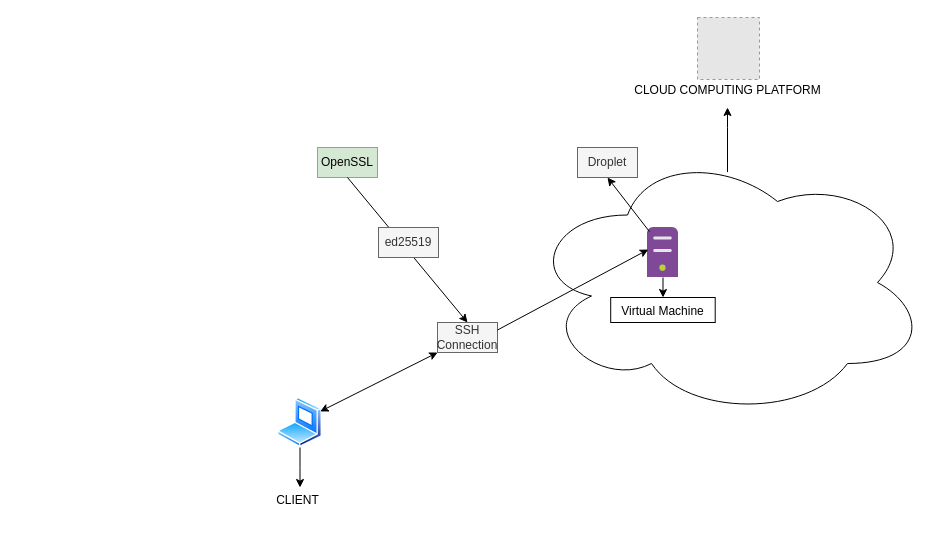
Above: page "client + cloud" (2 of 2) of devops/DevOps.drawio in kingsley-ijomah/draw.io (draw.io), before the change. Source tidied: cells renumbered, new cells numbered last; positions are measured from the earlier drawing's top-left corner, leaving out a move shared by most shapes. Both pictures are drawn from the tidied source at 100%, with x=0, y=0 at pixel (262, 17). Pictures stored in the file or linked from it are replaced by grey dashed boxes.
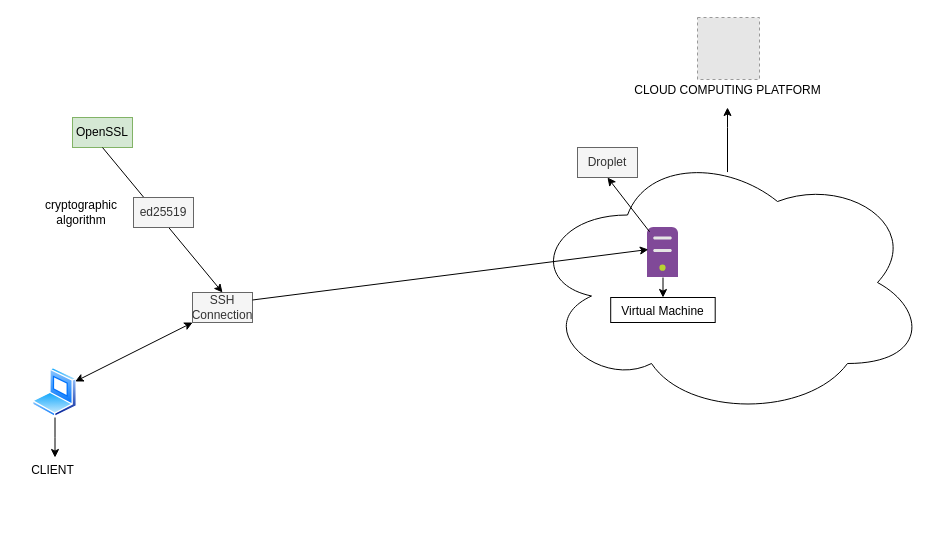
Above is the later version.

Change to the diagram source:
```diff
@@
     <mxCell id="2" style="edgeStyle=orthogonalEdgeStyle;rounded=0;jettySize=auto;html=1;" parent="1" edge="1" source="3">
       <mxGeometry relative="1" as="geometry">
-        <mxPoint x="37.5" y="470" as="targetPoint" />
+        <mxPoint x="-207.5" y="440" as="targetPoint" />
       </mxGeometry>
     </mxCell>
     <mxCell id="3" style="image;perimeter=ellipsePerimeter;html=1;align=center;shadow=0;dashed=0;spacingTop=3;image=img/lib/active_directory/laptop_client.svg;" parent="1" vertex="1">
-      <mxGeometry x="15" y="380" width="45" height="50" as="geometry" />
+      <mxGeometry x="-230" y="350" width="45" height="50" as="geometry" />
     </mxCell>
@@
     <mxCell id="6" value="CLIENT" style="text;html=1;align=center;verticalAlign=middle;strokeColor=none;fillColor=none;" parent="1" vertex="1">
-      <mxGeometry y="468" width="70" height="30" as="geometry" />
+      <mxGeometry x="-245" y="438" width="70" height="30" as="geometry" />
     </mxCell>
@@
     <mxCell id="15" value="SSH&lt;br&gt;Connection" style="text;html=1;strokeColor=#666666;fillColor=#f5f5f5;align=center;verticalAlign=middle;whiteSpace=wrap;rounded=0;fontColor=#333333;" parent="1" vertex="1">
-      <mxGeometry x="175" y="305" width="60" height="30" as="geometry" />
+      <mxGeometry x="-70" y="275" width="60" height="30" as="geometry" />
     </mxCell>
     <mxCell id="16" value="OpenSSL" style="text;html=1;strokeColor=#82b366;fillColor=#d5e8d4;align=center;verticalAlign=middle;whiteSpace=wrap;rounded=0;" parent="1" vertex="1">
-      <mxGeometry x="55" y="130" width="60" height="30" as="geometry" />
+      <mxGeometry x="-190" y="100" width="60" height="30" as="geometry" />
     </mxCell>
@@
     <mxCell id="19" value="ed25519" style="text;html=1;strokeColor=#666666;fillColor=#f5f5f5;align=center;verticalAlign=middle;whiteSpace=wrap;rounded=0;fontColor=#333333;" parent="1" vertex="1">
-      <mxGeometry x="116" y="210" width="60" height="30" as="geometry" />
+      <mxGeometry x="-129" y="180" width="60" height="30" as="geometry" />
     </mxCell>
+    <mxCell id="20" value="cryptographic algorithm" style="text;html=1;strokeColor=none;fillColor=none;align=center;verticalAlign=middle;whiteSpace=wrap;rounded=0;" parent="1" vertex="1">
+      <mxGeometry x="-220" y="180" width="77.5" height="30" as="geometry" />
+    </mxCell>
```
